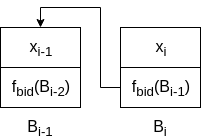
nguyenduyhieukma/from-Blockchain-to-Bitcoin keeps this draw.io diagram as resource/block.png. Above is the earlier version. Source tidied: cells renumbered, new cells last; positions are measured from the earlier drawing's top-left corner, leaving out a move shared by most shapes.
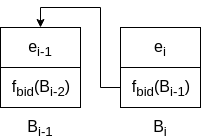
After the change.

What changed in the source:
```diff
@@ -2,7 +2,7 @@
   <root>
     <mxCell id="0" />
     <mxCell id="1" parent="0" />
-    <mxCell id="2" value="x&lt;sub&gt;i&lt;/sub&gt;" style="rounded=0;whiteSpace=wrap;html=1;fontSize=16;" parent="1" vertex="1">
+    <mxCell id="2" value="e&lt;sub&gt;i&lt;/sub&gt;" style="rounded=0;whiteSpace=wrap;html=1;fontSize=16;" parent="1" vertex="1">
       <mxGeometry x="120" width="80" height="40" as="geometry" />
     </mxCell>
     <mxCell id="3" style="edgeStyle=orthogonalEdgeStyle;rounded=0;jettySize=auto;html=1;entryX=0.5;entryY=0;entryDx=0;entryDy=0;fontSize=16;" parent="1" edge="1" source="4" target="5">
@@ -11,7 +11,7 @@
     <mxCell id="4" value="&lt;span style=&quot;font-size: 16px&quot;&gt;f&lt;sub&gt;bid&lt;/sub&gt;(B&lt;sub&gt;i-1&lt;/sub&gt;)&lt;/span&gt;" style="rounded=0;whiteSpace=wrap;html=1;fontSize=16;" parent="1" vertex="1">
       <mxGeometry x="120" y="40" width="80" height="40" as="geometry" />
     </mxCell>
-    <mxCell id="5" value="x&lt;sub&gt;i-1&lt;/sub&gt;" style="rounded=0;whiteSpace=wrap;html=1;fontSize=16;" parent="1" vertex="1">
+    <mxCell id="5" value="e&lt;sub&gt;i-1&lt;/sub&gt;" style="rounded=0;whiteSpace=wrap;html=1;fontSize=16;" parent="1" vertex="1">
       <mxGeometry width="80" height="40" as="geometry" />
     </mxCell>
     <mxCell id="6" value="&lt;span style=&quot;font-size: 16px&quot;&gt;f&lt;sub&gt;bid&lt;/sub&gt;(B&lt;sub&gt;i-2&lt;/sub&gt;)&lt;/span&gt;" style="rounded=0;whiteSpace=wrap;html=1;fontSize=16;" parent="1" vertex="1">
```
